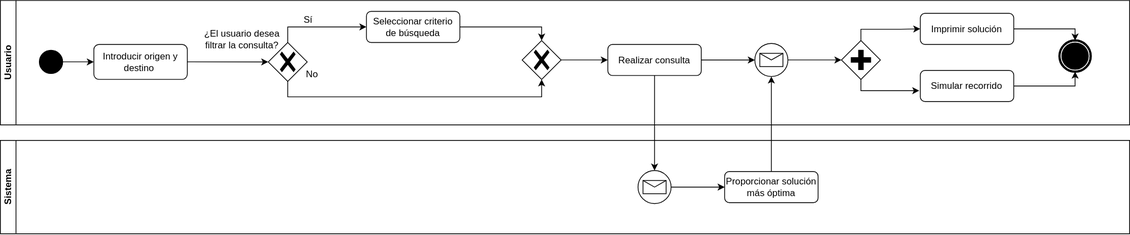
ags000/INRE-UAL-TURQUESA-2022 keeps this draw.io diagram as Proyecto/BPMN-03.svg. Above is the earlier version. Source tidied: cells renumbered, new cells last; positions are measured from the earlier drawing's top-left corner, leaving out a move shared by most shapes.
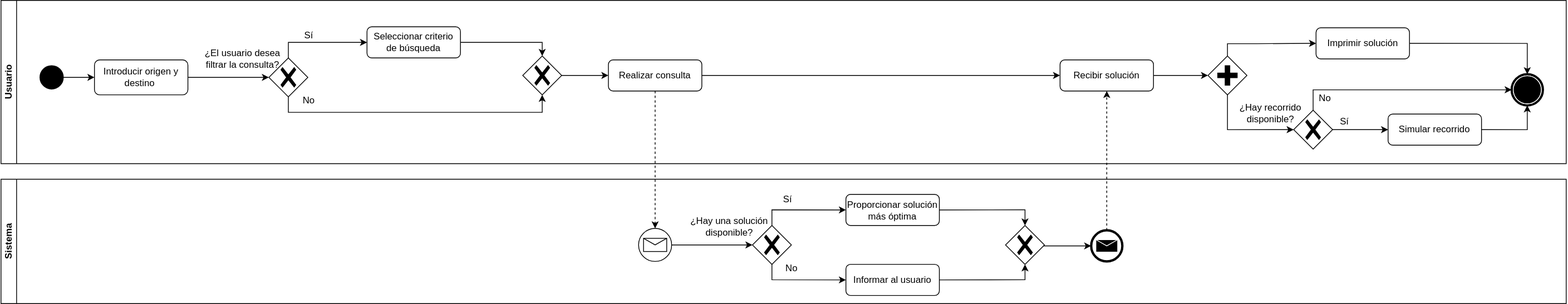
After the change.

Commit message:
BPMN-03 mejorado

What changed in the source:
```diff
@@ -3,16 +3,16 @@
     <mxCell id="0" />
     <mxCell id="1" parent="0" />
     <mxCell id="2" value="Usuario" style="swimlane;startSize=20;horizontal=0;html=1;whiteSpace=wrap;" parent="1" vertex="1">
-      <mxGeometry width="1450" height="160" as="geometry" />
+      <mxGeometry width="2010" height="210" as="geometry" />
     </mxCell>
     <mxCell id="3" style="points=[[0.145,0.145,0],[0.5,0,0],[0.855,0.145,0],[1,0.5,0],[0.855,0.855,0],[0.5,1,0],[0.145,0.855,0],[0,0.5,0]];shape=mxgraph.bpmn.event;html=1;verticalLabelPosition=bottom;labelBackgroundColor=#ffffff;verticalAlign=top;align=center;perimeter=ellipsePerimeter;outlineConnect=0;outline=standard;symbol=general;fillColor=#000000;" parent="2" vertex="1">
-      <mxGeometry x="50" y="64" width="30" height="30" as="geometry" />
+      <mxGeometry x="50" y="84" width="30" height="30" as="geometry" />
     </mxCell>
     <mxCell id="4" style="edgeStyle=orthogonalEdgeStyle;rounded=0;jettySize=auto;html=1;exitX=1;exitY=0.5;exitDx=0;exitDy=0;entryX=0;entryY=0.5;entryDx=0;entryDy=0;entryPerimeter=0;" parent="2" edge="1" source="5" target="9">
       <mxGeometry relative="1" as="geometry" />
     </mxCell>
     <mxCell id="5" value="Introducir origen y destino&amp;nbsp;" style="rounded=1;whiteSpace=wrap;html=1;" parent="2" vertex="1">
-      <mxGeometry x="120" y="56.5" width="120" height="45" as="geometry" />
+      <mxGeometry x="120" y="76.5" width="120" height="45" as="geometry" />
     </mxCell>
     <mxCell id="6" style="edgeStyle=orthogonalEdgeStyle;rounded=0;jettySize=auto;html=1;exitX=1;exitY=0.5;exitDx=0;exitDy=0;exitPerimeter=0;entryX=0;entryY=0.5;entryDx=0;entryDy=0;" parent="2" edge="1" source="3" target="5">
       <mxGeometry relative="1" as="geometry" />
@@ -24,103 +24,155 @@
       <mxGeometry relative="1" as="geometry" />
     </mxCell>
     <mxCell id="9" style="points=[[0.25,0.25,0],[0.5,0,0],[0.75,0.25,0],[1,0.5,0],[0.75,0.75,0],[0.5,1,0],[0.25,0.75,0],[0,0.5,0]];shape=mxgraph.bpmn.gateway2;html=1;verticalLabelPosition=bottom;labelBackgroundColor=#ffffff;verticalAlign=top;align=center;perimeter=rhombusPerimeter;outlineConnect=0;outline=none;symbol=none;gwType=exclusive;" parent="2" vertex="1">
-      <mxGeometry x="344" y="54" width="50" height="50" as="geometry" />
+      <mxGeometry x="344" y="74" width="50" height="50" as="geometry" />
     </mxCell>
     <mxCell id="10" value="¿El usuario desea &lt;br&gt;filtrar la consulta?" style="text;html=1;align=center;verticalAlign=middle;strokeColor=none;fillColor=none;" parent="2" vertex="1">
-      <mxGeometry x="250" y="30" width="120" height="40" as="geometry" />
+      <mxGeometry x="250" y="55" width="120" height="40" as="geometry" />
     </mxCell>
     <mxCell id="11" style="edgeStyle=orthogonalEdgeStyle;rounded=0;jettySize=auto;html=1;exitX=1;exitY=0.5;exitDx=0;exitDy=0;entryX=0.5;entryY=0;entryDx=0;entryDy=0;entryPerimeter=0;" parent="2" edge="1" source="12" target="26">
       <mxGeometry relative="1" as="geometry">
         <Array as="points">
-          <mxPoint x="695" y="34" />
+          <mxPoint x="695" y="54" />
         </Array>
       </mxGeometry>
     </mxCell>
     <mxCell id="12" value="Seleccionar criterio de búsqueda" style="rounded=1;whiteSpace=wrap;html=1;" parent="2" vertex="1">
-      <mxGeometry x="470" y="14" width="120" height="40" as="geometry" />
+      <mxGeometry x="470" y="34" width="120" height="40" as="geometry" />
     </mxCell>
-    <mxCell id="13" style="edgeStyle=orthogonalEdgeStyle;rounded=0;jettySize=auto;html=1;exitX=1;exitY=0.5;exitDx=0;exitDy=0;exitPerimeter=0;entryX=0;entryY=0.5;entryDx=0;entryDy=0;entryPerimeter=0;" parent="2" edge="1" source="14" target="22">
+    <mxCell id="13" style="edgeStyle=orthogonalEdgeStyle;rounded=0;jettySize=auto;html=1;exitX=1;exitY=0.5;exitDx=0;exitDy=0;exitPerimeter=0;entryX=0;entryY=0.5;entryDx=0;entryDy=0;entryPerimeter=0;startArrow=none;" parent="2" edge="1" source="36" target="22">
       <mxGeometry relative="1" as="geometry" />
     </mxCell>
-    <mxCell id="14" style="points=[[0.145,0.145,0],[0.5,0,0],[0.855,0.145,0],[1,0.5,0],[0.855,0.855,0],[0.5,1,0],[0.145,0.855,0],[0,0.5,0]];shape=mxgraph.bpmn.event;html=1;verticalLabelPosition=bottom;labelBackgroundColor=#ffffff;verticalAlign=top;align=center;perimeter=ellipsePerimeter;outlineConnect=0;outline=standard;symbol=message;" parent="2" vertex="1">
-      <mxGeometry x="968.8" y="55.2" width="42.5" height="42.5" as="geometry" />
-    </mxCell>
-    <mxCell id="15" style="edgeStyle=orthogonalEdgeStyle;rounded=0;jettySize=auto;html=1;exitX=1;exitY=0.5;exitDx=0;exitDy=0;" parent="2" edge="1" source="16" target="19">
+    <mxCell id="15" style="edgeStyle=orthogonalEdgeStyle;rounded=0;jettySize=auto;html=1;exitX=1;exitY=0.5;exitDx=0;exitDy=0;entryX=0.5;entryY=0;entryDx=0;entryDy=0;entryPerimeter=0;" parent="2" edge="1" source="16" target="19">
       <mxGeometry relative="1" as="geometry">
         <Array as="points">
-          <mxPoint x="1380" y="37" />
+          <mxPoint x="1960" y="55" />
         </Array>
       </mxGeometry>
     </mxCell>
     <mxCell id="16" value="Imprimir solución" style="rounded=1;whiteSpace=wrap;html=1;" parent="2" vertex="1">
-      <mxGeometry x="1181.2" y="16.5" width="120" height="40" as="geometry" />
+      <mxGeometry x="1688.8" y="35.3" width="120" height="40" as="geometry" />
     </mxCell>
     <mxCell id="17" style="edgeStyle=orthogonalEdgeStyle;rounded=0;jettySize=auto;html=1;exitX=1;exitY=0.5;exitDx=0;exitDy=0;entryX=0.5;entryY=1;entryDx=0;entryDy=0;entryPerimeter=0;" parent="2" edge="1" source="18" target="19">
-      <mxGeometry relative="1" as="geometry">
-        <Array as="points">
-          <mxPoint x="1380" y="110" />
-        </Array>
-      </mxGeometry>
+      <mxGeometry relative="1" as="geometry" />
     </mxCell>
     <mxCell id="18" value="Simular recorrido" style="rounded=1;whiteSpace=wrap;html=1;" parent="2" vertex="1">
-      <mxGeometry x="1181.2" y="90" width="120" height="40" as="geometry" />
+      <mxGeometry x="1781.2" y="146.2" width="120" height="40" as="geometry" />
     </mxCell>
     <mxCell id="19" style="points=[[0.145,0.145,0],[0.5,0,0],[0.855,0.145,0],[1,0.5,0],[0.855,0.855,0],[0.5,1,0],[0.145,0.855,0],[0,0.5,0]];shape=mxgraph.bpmn.event;html=1;verticalLabelPosition=bottom;labelBackgroundColor=#ffffff;verticalAlign=top;align=center;perimeter=ellipsePerimeter;outlineConnect=0;outline=end;symbol=terminate;" parent="2" vertex="1">
-      <mxGeometry x="1360" y="51.5" width="40" height="40" as="geometry" />
+      <mxGeometry x="1940" y="95" width="40" height="40" as="geometry" />
     </mxCell>
     <mxCell id="20" style="edgeStyle=orthogonalEdgeStyle;rounded=0;jettySize=auto;html=1;exitX=0.5;exitY=0;exitDx=0;exitDy=0;exitPerimeter=0;entryX=0;entryY=0.5;entryDx=0;entryDy=0;" parent="2" edge="1" source="22" target="16">
       <mxGeometry relative="1" as="geometry">
         <Array as="points">
-          <mxPoint x="1105" y="37" />
-          <mxPoint x="1156" y="37" />
+          <mxPoint x="1612.5" y="55.8" />
+          <mxPoint x="1663.5" y="55.8" />
         </Array>
       </mxGeometry>
     </mxCell>
-    <mxCell id="21" style="edgeStyle=orthogonalEdgeStyle;rounded=0;jettySize=auto;html=1;exitX=0.5;exitY=1;exitDx=0;exitDy=0;exitPerimeter=0;entryX=-0.011;entryY=0.65;entryDx=0;entryDy=0;entryPerimeter=0;" parent="2" edge="1" source="22" target="18">
-      <mxGeometry relative="1" as="geometry">
-        <Array as="points">
-          <mxPoint x="1105" y="116" />
-        </Array>
-      </mxGeometry>
-    </mxCell>
+    <mxCell id="35" style="edgeStyle=orthogonalEdgeStyle;rounded=0;jettySize=auto;html=1;exitX=0.5;exitY=1;exitDx=0;exitDy=0;exitPerimeter=0;entryX=0;entryY=0.5;entryDx=0;entryDy=0;entryPerimeter=0;" parent="2" edge="1" source="22" target="39">
+      <mxGeometry relative="1" as="geometry" />
+    </mxCell>
     <mxCell id="22" style="points=[[0.25,0.25,0],[0.5,0,0],[0.75,0.25,0],[1,0.5,0],[0.75,0.75,0],[0.5,1,0],[0.25,0.75,0],[0,0.5,0]];shape=mxgraph.bpmn.gateway2;html=1;verticalLabelPosition=bottom;labelBackgroundColor=#ffffff;verticalAlign=top;align=center;perimeter=rhombusPerimeter;outlineConnect=0;outline=none;symbol=none;gwType=parallel;" parent="2" vertex="1">
-      <mxGeometry x="1080" y="51.5" width="50" height="50" as="geometry" />
+      <mxGeometry x="1550" y="71.5" width="50" height="50" as="geometry" />
     </mxCell>
     <mxCell id="23" value="No" style="text;html=1;align=center;verticalAlign=middle;strokeColor=none;fillColor=none;" parent="2" vertex="1">
-      <mxGeometry x="380" y="80" width="40" height="30" as="geometry" />
+      <mxGeometry x="375" y="114" width="40" height="30" as="geometry" />
     </mxCell>
     <mxCell id="24" value="Sí" style="text;html=1;align=center;verticalAlign=middle;strokeColor=none;fillColor=none;" parent="2" vertex="1">
-      <mxGeometry x="380" y="10" width="30" height="30" as="geometry" />
+      <mxGeometry x="380" y="30" width="30" height="30" as="geometry" />
     </mxCell>
     <mxCell id="25" style="edgeStyle=orthogonalEdgeStyle;rounded=0;jettySize=auto;html=1;exitX=1;exitY=0.5;exitDx=0;exitDy=0;exitPerimeter=0;entryX=0;entryY=0.5;entryDx=0;entryDy=0;" parent="2" edge="1" source="26" target="28">
       <mxGeometry relative="1" as="geometry" />
     </mxCell>
     <mxCell id="26" style="points=[[0.25,0.25,0],[0.5,0,0],[0.75,0.25,0],[1,0.5,0],[0.75,0.75,0],[0.5,1,0],[0.25,0.75,0],[0,0.5,0]];shape=mxgraph.bpmn.gateway2;html=1;verticalLabelPosition=bottom;labelBackgroundColor=#ffffff;verticalAlign=top;align=center;perimeter=rhombusPerimeter;outlineConnect=0;outline=none;symbol=none;gwType=exclusive;" parent="2" vertex="1">
-      <mxGeometry x="670" y="51.5" width="50" height="50" as="geometry" />
+      <mxGeometry x="670" y="71.5" width="50" height="50" as="geometry" />
     </mxCell>
-    <mxCell id="27" style="edgeStyle=orthogonalEdgeStyle;rounded=0;jettySize=auto;html=1;" parent="2" edge="1" source="28" target="14">
+    <mxCell id="27" style="edgeStyle=orthogonalEdgeStyle;rounded=0;jettySize=auto;html=1;entryX=0;entryY=0.5;entryDx=0;entryDy=0;" parent="2" edge="1" source="28" target="36">
       <mxGeometry relative="1" as="geometry" />
     </mxCell>
     <mxCell id="28" value="Realizar consulta" style="rounded=1;whiteSpace=wrap;html=1;" parent="2" vertex="1">
-      <mxGeometry x="780" y="56.5" width="120" height="40" as="geometry" />
+      <mxGeometry x="780" y="76.5" width="120" height="40" as="geometry" />
     </mxCell>
+    <mxCell id="36" value="Recibir solución" style="rounded=1;whiteSpace=wrap;html=1;" parent="2" vertex="1">
+      <mxGeometry x="1360" y="76.5" width="120" height="40" as="geometry" />
+    </mxCell>
+    <mxCell id="37" style="edgeStyle=orthogonalEdgeStyle;rounded=0;jettySize=auto;html=1;exitX=0.5;exitY=0;exitDx=0;exitDy=0;exitPerimeter=0;entryX=0;entryY=0.5;entryDx=0;entryDy=0;entryPerimeter=0;" parent="2" edge="1" source="39" target="19">
+      <mxGeometry relative="1" as="geometry">
+        <Array as="points">
+          <mxPoint x="1685" y="115" />
+        </Array>
+      </mxGeometry>
+    </mxCell>
+    <mxCell id="38" style="edgeStyle=orthogonalEdgeStyle;rounded=0;jettySize=auto;html=1;exitX=1;exitY=0.5;exitDx=0;exitDy=0;exitPerimeter=0;entryX=0;entryY=0.5;entryDx=0;entryDy=0;" parent="2" edge="1" source="39" target="18">
+      <mxGeometry relative="1" as="geometry" />
+    </mxCell>
+    <mxCell id="39" style="points=[[0.25,0.25,0],[0.5,0,0],[0.75,0.25,0],[1,0.5,0],[0.75,0.75,0],[0.5,1,0],[0.25,0.75,0],[0,0.5,0]];shape=mxgraph.bpmn.gateway2;html=1;verticalLabelPosition=bottom;labelBackgroundColor=#ffffff;verticalAlign=top;align=center;perimeter=rhombusPerimeter;outlineConnect=0;outline=none;symbol=none;gwType=exclusive;" parent="2" vertex="1">
+      <mxGeometry x="1660" y="141.2" width="50" height="50" as="geometry" />
+    </mxCell>
+    <mxCell id="40" value="¿Hay recorrido&lt;br&gt;disponible?" style="text;html=1;align=center;verticalAlign=middle;strokeColor=none;fillColor=none;" parent="2" vertex="1">
+      <mxGeometry x="1580" y="125.3" width="100" height="40" as="geometry" />
+    </mxCell>
+    <mxCell id="41" value="Sí" style="text;html=1;align=center;verticalAlign=middle;strokeColor=none;fillColor=none;" parent="2" vertex="1">
+      <mxGeometry x="1710" y="141.2" width="30" height="30" as="geometry" />
+    </mxCell>
+    <mxCell id="42" value="No" style="text;html=1;align=center;verticalAlign=middle;strokeColor=none;fillColor=none;" parent="2" vertex="1">
+      <mxGeometry x="1680" y="111.2" width="40" height="30" as="geometry" />
+    </mxCell>
     <mxCell id="29" value="Sistema" style="swimlane;startSize=20;horizontal=0;html=1;whiteSpace=wrap;" parent="1" vertex="1">
-      <mxGeometry y="180" width="1450" height="120" as="geometry" />
+      <mxGeometry y="230" width="2010" height="160" as="geometry" />
     </mxCell>
-    <mxCell id="30" style="edgeStyle=orthogonalEdgeStyle;rounded=0;jettySize=auto;html=1;exitX=1;exitY=0.5;exitDx=0;exitDy=0;exitPerimeter=0;entryX=0;entryY=0.5;entryDx=0;entryDy=0;" parent="29" edge="1" source="31" target="32">
+    <mxCell id="30" style="edgeStyle=orthogonalEdgeStyle;rounded=0;jettySize=auto;html=1;exitX=1;exitY=0.5;exitDx=0;exitDy=0;exitPerimeter=0;" parent="29" edge="1" source="31" target="44">
       <mxGeometry relative="1" as="geometry" />
     </mxCell>
     <mxCell id="31" style="points=[[0.145,0.145,0],[0.5,0,0],[0.855,0.145,0],[1,0.5,0],[0.855,0.855,0],[0.5,1,0],[0.145,0.855,0],[0,0.5,0]];shape=mxgraph.bpmn.event;html=1;verticalLabelPosition=bottom;labelBackgroundColor=#ffffff;verticalAlign=top;align=center;perimeter=ellipsePerimeter;outlineConnect=0;outline=standard;symbol=message;" parent="29" vertex="1">
-      <mxGeometry x="818.8" y="38.8" width="42.5" height="42.5" as="geometry" />
+      <mxGeometry x="818.8" y="63.2" width="42.5" height="42.5" as="geometry" />
     </mxCell>
+    <mxCell id="43" value="¿Hay una solución&lt;br&gt;disponible?" style="text;html=1;align=center;verticalAlign=middle;strokeColor=none;fillColor=none;" parent="29" vertex="1">
+      <mxGeometry x="875" y="40.5" width="120" height="40" as="geometry" />
+    </mxCell>
+    <mxCell id="44" style="points=[[0.25,0.25,0],[0.5,0,0],[0.75,0.25,0],[1,0.5,0],[0.75,0.75,0],[0.5,1,0],[0.25,0.75,0],[0,0.5,0]];shape=mxgraph.bpmn.gateway2;html=1;verticalLabelPosition=bottom;labelBackgroundColor=#ffffff;verticalAlign=top;align=center;perimeter=rhombusPerimeter;outlineConnect=0;outline=none;symbol=none;gwType=exclusive;" parent="29" vertex="1">
+      <mxGeometry x="965" y="59.5" width="50" height="50" as="geometry" />
+    </mxCell>
+    <mxCell id="45" style="edgeStyle=orthogonalEdgeStyle;rounded=0;jettySize=auto;html=1;exitX=1;exitY=0.5;exitDx=0;exitDy=0;entryX=0.5;entryY=0;entryDx=0;entryDy=0;entryPerimeter=0;" parent="29" edge="1" source="32" target="53">
+      <mxGeometry relative="1" as="geometry" />
+    </mxCell>
     <mxCell id="32" value="Proporcionar solución más óptima" style="rounded=1;whiteSpace=wrap;html=1;" parent="29" vertex="1">
-      <mxGeometry x="930" y="40" width="120" height="40" as="geometry" />
+      <mxGeometry x="1085" y="19.5" width="120" height="40" as="geometry" />
     </mxCell>
-    <mxCell id="33" style="edgeStyle=orthogonalEdgeStyle;rounded=0;jettySize=auto;html=1;exitX=0.5;exitY=0;exitDx=0;exitDy=0;entryX=0.5;entryY=1;entryDx=0;entryDy=0;entryPerimeter=0;" parent="1" edge="1" source="32" target="14">
-      <mxGeometry relative="1" as="geometry" />
-    </mxCell>
+    <mxCell id="46" style="edgeStyle=orthogonalEdgeStyle;rounded=0;jettySize=auto;html=1;exitX=0.5;exitY=0;exitDx=0;exitDy=0;exitPerimeter=0;entryX=0;entryY=0.5;entryDx=0;entryDy=0;" parent="29" edge="1" source="44" target="32">
+      <mxGeometry relative="1" as="geometry" />
+    </mxCell>
+    <mxCell id="47" style="edgeStyle=orthogonalEdgeStyle;rounded=0;jettySize=auto;html=1;exitX=1;exitY=0.5;exitDx=0;exitDy=0;entryX=0.5;entryY=1;entryDx=0;entryDy=0;entryPerimeter=0;" parent="29" edge="1" source="48" target="53">
+      <mxGeometry relative="1" as="geometry" />
+    </mxCell>
+    <mxCell id="48" value="Informar al usuario" style="rounded=1;whiteSpace=wrap;html=1;" parent="29" vertex="1">
+      <mxGeometry x="1085" y="109.5" width="120" height="40" as="geometry" />
+    </mxCell>
+    <mxCell id="49" style="edgeStyle=orthogonalEdgeStyle;rounded=0;jettySize=auto;html=1;exitX=0.5;exitY=1;exitDx=0;exitDy=0;exitPerimeter=0;entryX=0;entryY=0.5;entryDx=0;entryDy=0;" parent="29" edge="1" source="44" target="48">
+      <mxGeometry relative="1" as="geometry" />
+    </mxCell>
+    <mxCell id="50" value="No" style="text;html=1;align=center;verticalAlign=middle;strokeColor=none;fillColor=none;" parent="29" vertex="1">
+      <mxGeometry x="995" y="100" width="40" height="30" as="geometry" />
+    </mxCell>
+    <mxCell id="51" value="Sí" style="text;html=1;align=center;verticalAlign=middle;strokeColor=none;fillColor=none;" parent="29" vertex="1">
+      <mxGeometry x="995" y="10.5" width="30" height="30" as="geometry" />
+    </mxCell>
+    <mxCell id="52" style="edgeStyle=orthogonalEdgeStyle;rounded=0;jettySize=auto;html=1;exitX=1;exitY=0.5;exitDx=0;exitDy=0;exitPerimeter=0;entryX=0;entryY=0.5;entryDx=0;entryDy=0;entryPerimeter=0;" parent="29" edge="1" target="54">
+      <mxGeometry relative="1" as="geometry">
+        <mxPoint x="1330" y="85.8" as="sourcePoint" />
+      </mxGeometry>
+    </mxCell>
+    <mxCell id="53" style="points=[[0.25,0.25,0],[0.5,0,0],[0.75,0.25,0],[1,0.5,0],[0.75,0.75,0],[0.5,1,0],[0.25,0.75,0],[0,0.5,0]];shape=mxgraph.bpmn.gateway2;html=1;verticalLabelPosition=bottom;labelBackgroundColor=#ffffff;verticalAlign=top;align=center;perimeter=rhombusPerimeter;outlineConnect=0;outline=none;symbol=none;gwType=exclusive;" parent="29" vertex="1">
+      <mxGeometry x="1290" y="59.5" width="50" height="50" as="geometry" />
+    </mxCell>
+    <mxCell id="54" style="points=[[0.145,0.145,0],[0.5,0,0],[0.855,0.145,0],[1,0.5,0],[0.855,0.855,0],[0.5,1,0],[0.145,0.855,0],[0,0.5,0]];shape=mxgraph.bpmn.event;html=1;verticalLabelPosition=bottom;labelBackgroundColor=#ffffff;verticalAlign=top;align=center;perimeter=ellipsePerimeter;outlineConnect=0;outline=end;symbol=message;" parent="29" vertex="1">
+      <mxGeometry x="1400" y="65.8" width="40" height="40" as="geometry" />
+    </mxCell>
-    <mxCell id="34" style="edgeStyle=orthogonalEdgeStyle;rounded=0;jettySize=auto;html=1;exitX=0.5;exitY=1;exitDx=0;exitDy=0;" parent="1" edge="1" source="28" target="31">
+    <mxCell id="34" style="edgeStyle=orthogonalEdgeStyle;rounded=0;jettySize=auto;html=1;exitX=0.5;exitY=1;exitDx=0;exitDy=0;dashed=1;" parent="1" edge="1" source="28" target="31">
       <mxGeometry relative="1" as="geometry" />
     </mxCell>
+    <mxCell id="55" style="edgeStyle=orthogonalEdgeStyle;rounded=0;jettySize=auto;html=1;exitX=0.5;exitY=0;exitDx=0;exitDy=0;exitPerimeter=0;dashed=1;entryX=0.5;entryY=1;entryDx=0;entryDy=0;" parent="1" edge="1" source="54" target="36">
+      <mxGeometry relative="1" as="geometry" />
+    </mxCell>
   </root>
 </mxGraphModel>
```
